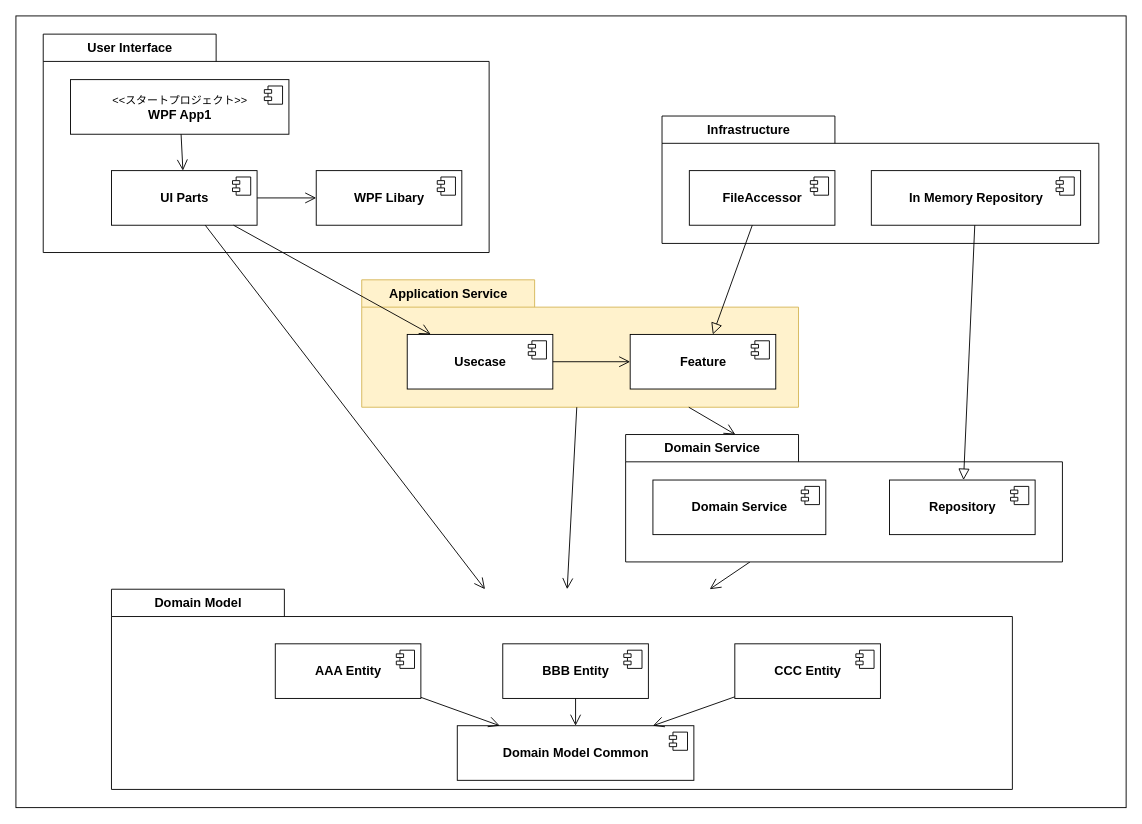
Earlier version of the draw.io diagram page "Application Service層コンポーネント" (6 of 7) of Documents/Design/Figures.drawio (bosssanovar/WindowsApp_Template_202404). Source tidied: cells renumbered, new cells numbered last; positions are measured from the earlier drawing's top-left corner, leaving out a move shared by most shapes. Both pictures are drawn from the tidied source at 91%, with x=0, y=0 at pixel (15, 15).
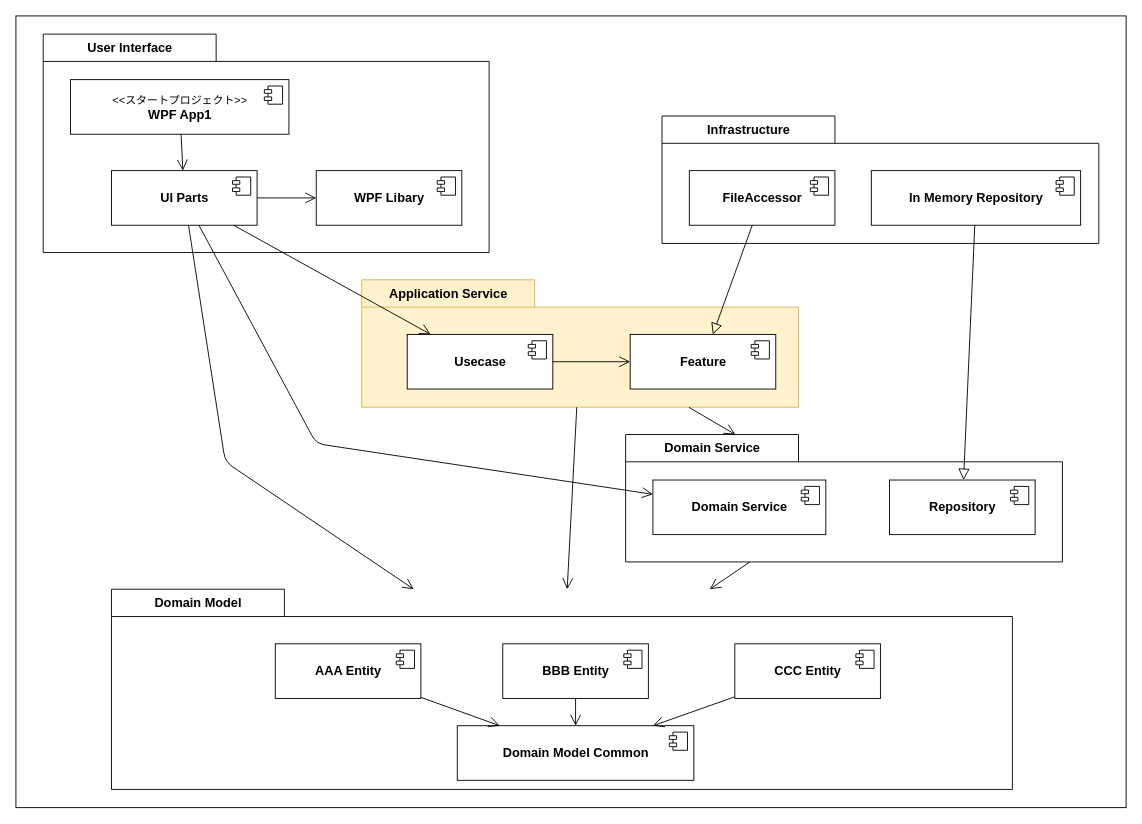
The same diagram, later.

Unchanged cells that the change refers to:
```xml
<mxCell id="3" value="Domain Model" style="shape=folder;fontStyle=1;tabWidth=190;tabHeight=30;tabPosition=left;html=1;boundedLbl=1;labelInHeader=1;strokeColor=#000000;strokeWidth=1;fontSize=14;fontColor=#000000;fillColor=#FFFFFF;" parent="1" vertex="1">
  <mxGeometry x="105" y="630" width="990" height="220" as="geometry" />
</mxCell>
<mxCell id="19" value="&lt;b&gt;Domain Service&lt;/b&gt;" style="html=1;strokeColor=#000000;strokeWidth=1;fontSize=14;fontColor=#000000;fillColor=#FFFFFF;" parent="17" vertex="1">
  <mxGeometry x="30" y="50" width="190" height="60" as="geometry" />
</mxCell>
<mxCell id="32" value="&lt;b&gt;UI Parts&lt;/b&gt;" style="html=1;strokeColor=#000000;strokeWidth=1;fontSize=14;fontColor=#000000;fillColor=#FFFFFF;" parent="30" vertex="1">
  <mxGeometry x="75" y="150" width="160" height="60" as="geometry" />
</mxCell>
```

Diff of the diagram source:
```diff
@@
     <mxCell id="51" style="edgeStyle=none;html=1;strokeWidth=1;fontSize=12;fontColor=#000000;endArrow=open;endFill=0;startSize=6;endSize=10;" parent="1" edge="1" source="32" target="3">
-      <mxGeometry relative="1" as="geometry" />
+      <mxGeometry relative="1" as="geometry">
+        <Array as="points">
+          <mxPoint x="230" y="490" />
+        </Array>
+      </mxGeometry>
     </mxCell>
+    <mxCell id="52" style="edgeStyle=none;html=1;strokeWidth=1;fontSize=12;fontColor=#000000;endArrow=open;endFill=0;startSize=6;endSize=10;" parent="1" edge="1" source="32" target="19">
+      <mxGeometry relative="1" as="geometry">
+        <Array as="points">
+          <mxPoint x="330" y="470" />
+        </Array>
+      </mxGeometry>
+    </mxCell>
```
